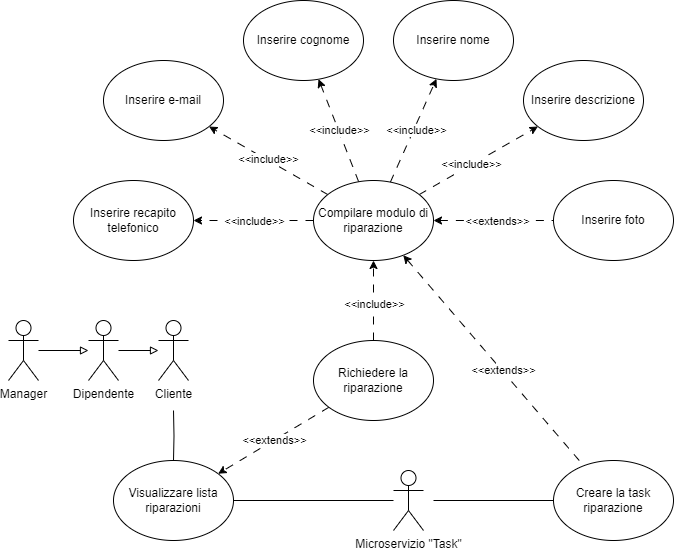
Above: second-deliverable/images/UCD/RF6_riparazione_UCD.png in IS-FixMi/Documentation-Source (draw.io), before the change. Source tidied: cells renumbered, new cells last; positions are measured from the earlier drawing's top-left corner, leaving out a move shared by most shapes.
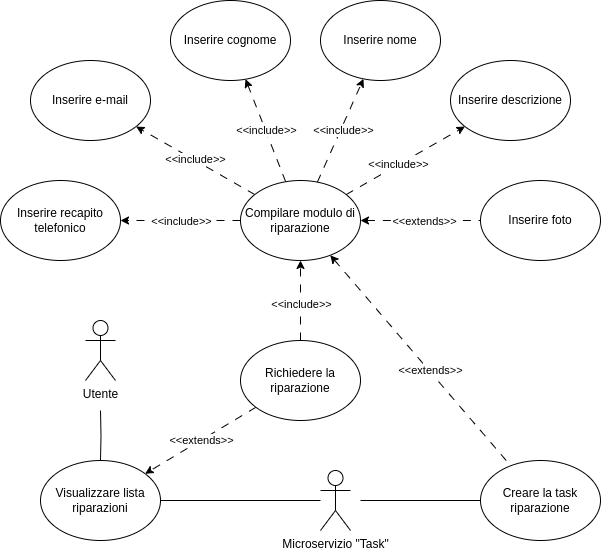
Above is the later version.

What changed in the source:
```diff
@@ -114,20 +114,8 @@
         <mxPoint x="165" y="410" as="sourcePoint" />
       </mxGeometry>
     </mxCell>
-    <mxCell id="34" value="Cliente" style="shape=umlActor;verticalLabelPosition=bottom;verticalAlign=top;html=1;outlineConnect=0;" parent="1" vertex="1">
+    <mxCell id="34" value="Utente" style="shape=umlActor;verticalLabelPosition=bottom;verticalAlign=top;html=1;outlineConnect=0;" parent="1" vertex="1">
       <mxGeometry x="150" y="320" width="30" height="60" as="geometry" />
     </mxCell>
-    <mxCell id="35" style="edgeStyle=orthogonalEdgeStyle;rounded=0;jettySize=auto;html=1;endArrow=block;endFill=0;" parent="1" edge="1" source="36" target="34">
-      <mxGeometry relative="1" as="geometry" />
-    </mxCell>
-    <mxCell id="36" value="Dipendente" style="shape=umlActor;verticalLabelPosition=bottom;verticalAlign=top;html=1;outlineConnect=0;" parent="1" vertex="1">
-      <mxGeometry x="80" y="320" width="30" height="60" as="geometry" />
-    </mxCell>
-    <mxCell id="37" style="edgeStyle=orthogonalEdgeStyle;rounded=0;jettySize=auto;html=1;endArrow=block;endFill=0;" parent="1" edge="1" source="38" target="36">
-      <mxGeometry relative="1" as="geometry" />
-    </mxCell>
-    <mxCell id="38" value="Manager" style="shape=umlActor;verticalLabelPosition=bottom;verticalAlign=top;html=1;outlineConnect=0;" parent="1" vertex="1">
-      <mxGeometry y="320" width="30" height="60" as="geometry" />
-    </mxCell>
   </root>
 </mxGraphModel>
```
